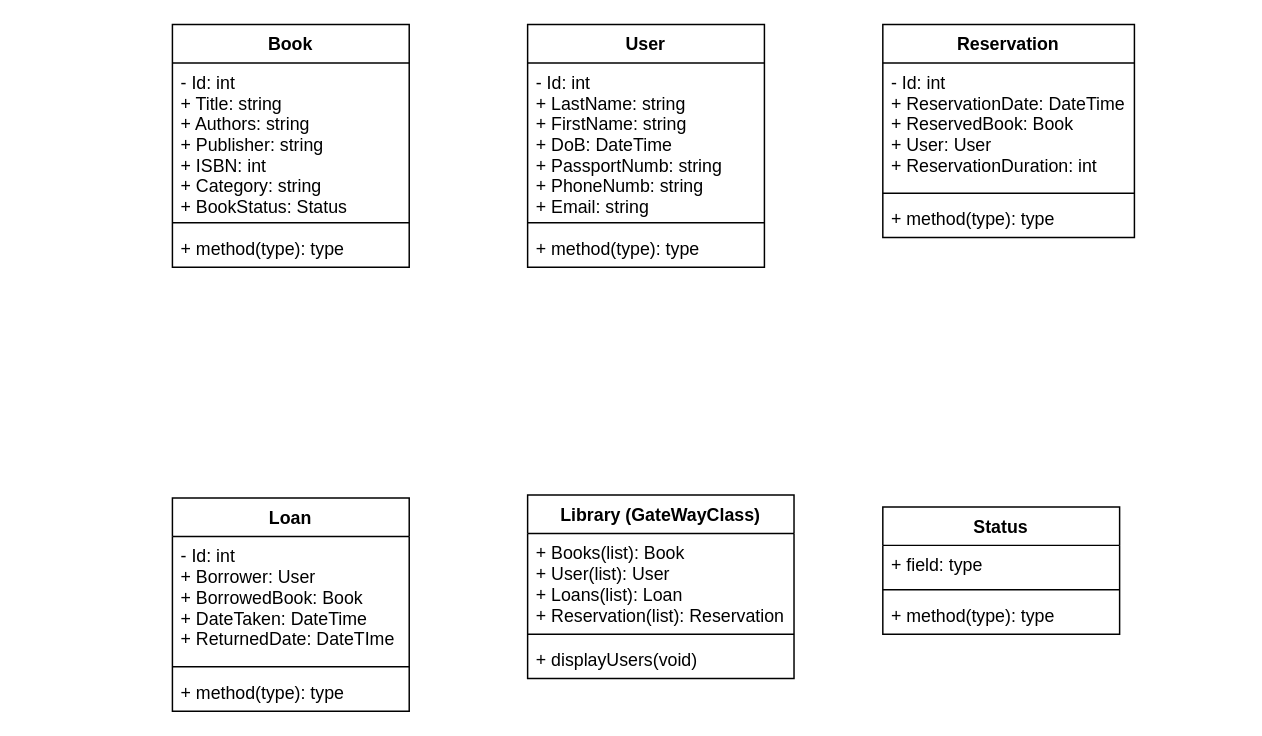
Earlier version of the draw.io diagram library.drawio (AbdullokhDev/LibraryMS). Source tidied: cells renumbered, new cells numbered last; positions are measured from the earlier drawing's top-left corner, leaving out a move shared by most shapes. Both pictures are drawn from the tidied source at 148%, with x=0, y=0 at pixel (172, 24).
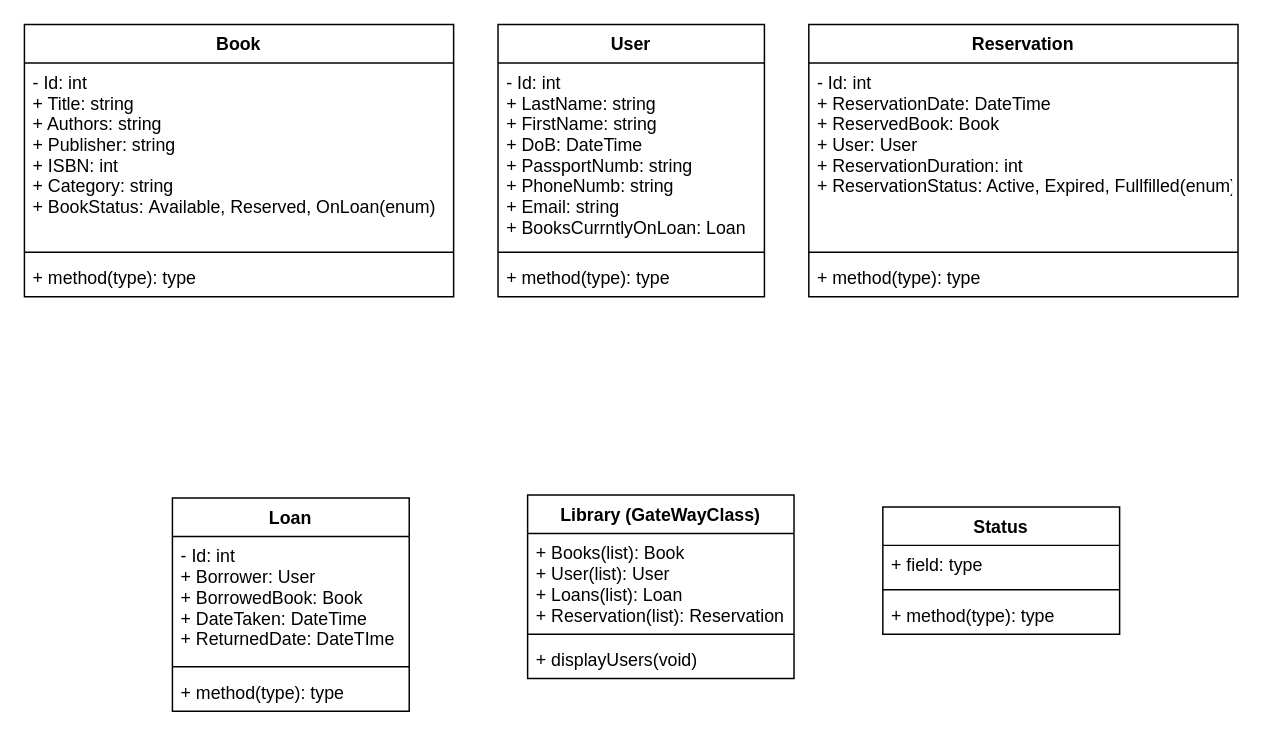
After the change.

Commit message (it also covers changes not shown here):
Classes are done with some enum s.

The edit, as a diff of the source:
```diff
@@
     <mxCell id="2" value="Book" style="swimlane;fontStyle=1;align=center;verticalAlign=top;horizontal=1;startSize=26;fillColor=default;strokeColor=default;fontColor=default;" parent="1" vertex="1">
-      <mxGeometry width="160" height="164" as="geometry" />
+      <mxGeometry x="-100" width="290" height="184" as="geometry" />
     </mxCell>
-    <mxCell id="3" value="- Id: int&#10;+ Title: string&#10;+ Authors: string&#10;+ Publisher: string&#10;+ ISBN: int&#10;+ Category: string&#10;+ BookStatus: Status" style="text;strokeColor=none;fillColor=none;align=left;verticalAlign=top;spacingLeft=4;spacingRight=4;overflow=hidden;fontColor=default;" parent="2" vertex="1">
-      <mxGeometry y="26" width="160" height="104" as="geometry" />
+    <mxCell id="3" value="- Id: int&#10;+ Title: string&#10;+ Authors: string&#10;+ Publisher: string&#10;+ ISBN: int&#10;+ Category: string&#10;+ BookStatus: Available, Reserved, OnLoan(enum)" style="text;strokeColor=none;fillColor=none;align=left;verticalAlign=top;spacingLeft=4;spacingRight=4;overflow=hidden;fontColor=default;" parent="2" vertex="1">
+      <mxGeometry y="26" width="290" height="124" as="geometry" />
     </mxCell>
     <mxCell id="4" style="line;strokeWidth=1;fillColor=none;align=left;verticalAlign=middle;spacingTop=-1;spacingLeft=3;spacingRight=3;labelPosition=right;" parent="2" vertex="1">
-      <mxGeometry y="130" width="160" height="8" as="geometry" />
+      <mxGeometry y="150" width="290" height="8" as="geometry" />
     </mxCell>
     <mxCell id="5" value="+ method(type): type" style="text;strokeColor=none;fillColor=none;align=left;verticalAlign=top;spacingLeft=4;spacingRight=4;overflow=hidden;fontColor=default;" parent="2" vertex="1">
-      <mxGeometry y="138" width="160" height="26" as="geometry" />
+      <mxGeometry y="158" width="290" height="26" as="geometry" />
     </mxCell>
     <mxCell id="6" value="User" style="swimlane;fontStyle=1;align=center;verticalAlign=top;horizontal=1;startSize=26;fontColor=default;fillColor=default;strokeColor=default;" parent="1" vertex="1">
-      <mxGeometry x="240" width="160" height="164" as="geometry" />
+      <mxGeometry x="220" width="180" height="184" as="geometry" />
     </mxCell>
-    <mxCell id="7" value="- Id: int&#10;+ LastName: string&#10;+ FirstName: string&#10;+ DoB: DateTime&#10;+ PassportNumb: string&#10;+ PhoneNumb: string&#10;+ Email: string" style="text;strokeColor=none;fillColor=none;align=left;verticalAlign=top;spacingLeft=4;spacingRight=4;overflow=hidden;fontColor=default;" parent="6" vertex="1">
-      <mxGeometry y="26" width="160" height="104" as="geometry" />
+    <mxCell id="7" value="- Id: int&#10;+ LastName: string&#10;+ FirstName: string&#10;+ DoB: DateTime&#10;+ PassportNumb: string&#10;+ PhoneNumb: string&#10;+ Email: string&#10;+ BooksCurrntlyOnLoan: Loan" style="text;strokeColor=none;fillColor=none;align=left;verticalAlign=top;spacingLeft=4;spacingRight=4;overflow=hidden;fontColor=default;" parent="6" vertex="1">
+      <mxGeometry y="26" width="180" height="124" as="geometry" />
     </mxCell>
     <mxCell id="8" style="line;strokeWidth=1;fillColor=none;align=left;verticalAlign=middle;spacingTop=-1;spacingLeft=3;spacingRight=3;labelPosition=right;fontColor=default;" parent="6" vertex="1">
-      <mxGeometry y="130" width="160" height="8" as="geometry" />
+      <mxGeometry y="150" width="180" height="8" as="geometry" />
     </mxCell>
     <mxCell id="9" value="+ method(type): type" style="text;strokeColor=none;fillColor=none;align=left;verticalAlign=top;spacingLeft=4;spacingRight=4;overflow=hidden;fontColor=default;" parent="6" vertex="1">
-      <mxGeometry y="138" width="160" height="26" as="geometry" />
+      <mxGeometry y="158" width="180" height="26" as="geometry" />
     </mxCell>
     <mxCell id="10" value="Reservation" style="swimlane;fontStyle=1;align=center;verticalAlign=top;horizontal=1;startSize=26;fontColor=default;fillColor=default;strokeColor=default;" parent="1" vertex="1">
-      <mxGeometry x="480" width="170" height="144" as="geometry" />
+      <mxGeometry x="430" width="290" height="184" as="geometry" />
     </mxCell>
-    <mxCell id="11" value="- Id: int&#10;+ ReservationDate: DateTime&#10;+ ReservedBook: Book&#10;+ User: User&#10;+ ReservationDuration: int" style="text;strokeColor=none;fillColor=none;align=left;verticalAlign=top;spacingLeft=4;spacingRight=4;overflow=hidden;fontColor=default;" parent="10" vertex="1">
-      <mxGeometry y="26" width="170" height="84" as="geometry" />
+    <mxCell id="11" value="- Id: int&#10;+ ReservationDate: DateTime&#10;+ ReservedBook: Book&#10;+ User: User&#10;+ ReservationDuration: int&#10;+ ReservationStatus: Active, Expired, Fullfilled(enum)" style="text;strokeColor=none;fillColor=none;align=left;verticalAlign=top;spacingLeft=4;spacingRight=4;overflow=hidden;fontColor=default;" parent="10" vertex="1">
+      <mxGeometry y="26" width="290" height="124" as="geometry" />
     </mxCell>
     <mxCell id="12" style="line;strokeWidth=1;fillColor=none;align=left;verticalAlign=middle;spacingTop=-1;spacingLeft=3;spacingRight=3;labelPosition=right;fontColor=default;" parent="10" vertex="1">
-      <mxGeometry y="110" width="170" height="8" as="geometry" />
+      <mxGeometry y="150" width="290" height="8" as="geometry" />
     </mxCell>
     <mxCell id="13" value="+ method(type): type" style="text;strokeColor=none;fillColor=none;align=left;verticalAlign=top;spacingLeft=4;spacingRight=4;overflow=hidden;fontColor=default;" parent="10" vertex="1">
-      <mxGeometry y="118" width="170" height="26" as="geometry" />
+      <mxGeometry y="158" width="290" height="26" as="geometry" />
     </mxCell>
```
